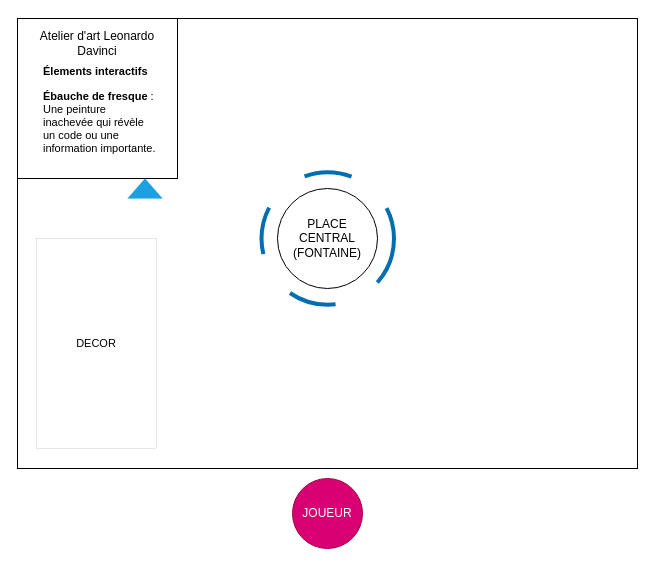
The draw.io diagram renaissance.drawio in Chrono-Escape-Project/VR-Escape-Game, before the edit. Source tidied: cells renumbered, new cells numbered last; positions are measured from the earlier drawing's top-left corner, leaving out a move shared by most shapes. Both pictures are drawn from the tidied source at 100%, with x=0, y=0 at pixel (17, 18).
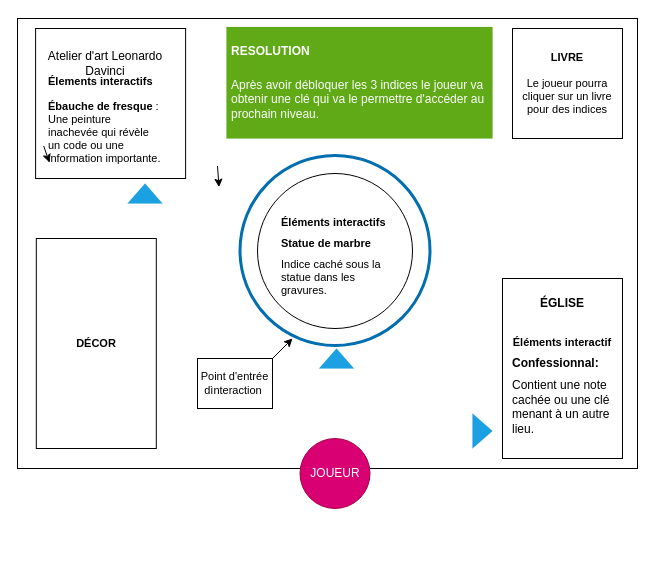
After the change.

Diff of the diagram source:
```diff
@@
     <mxCell id="3" value="JOUEUR" style="ellipse;whiteSpace=wrap;html=1;fillColor=#d80073;fontColor=#ffffff;strokeColor=#A50040;" parent="1" vertex="1">
-      <mxGeometry x="275" y="460" width="70" height="70" as="geometry" />
+      <mxGeometry x="282.5" y="420" width="70" height="70" as="geometry" />
     </mxCell>
-    <mxCell id="4" value="PLACE CENTRAL&lt;br&gt;(FONTAINE)" style="ellipse;whiteSpace=wrap;html=1;" parent="1" vertex="1">
-      <mxGeometry x="260" y="170" width="100" height="100" as="geometry" />
+    <mxCell id="4" style="ellipse;whiteSpace=wrap;html=1;" parent="1" vertex="1">
+      <mxGeometry x="240" y="155" width="155" height="155" as="geometry" />
     </mxCell>
-    <mxCell id="5" style="whiteSpace=wrap;html=1;" parent="1" vertex="1">
-      <mxGeometry width="160" height="160" as="geometry" />
-    </mxCell>
     <mxCell id="6" value="Atelier d'art Leonardo Davinci" style="text;html=1;strokeColor=none;fillColor=none;align=center;verticalAlign=middle;whiteSpace=wrap;rounded=0;" parent="1" vertex="1">
-      <mxGeometry x="10" y="10" width="140" height="30" as="geometry" />
+      <mxGeometry x="18.1" y="30" width="140" height="30" as="geometry" />
     </mxCell>
     <mxCell id="7" value="&lt;h1 style=&quot;font-size: 11px;&quot;&gt;&lt;font style=&quot;font-size: 11px;&quot;&gt;Élements interactifs&lt;/font&gt;&lt;/h1&gt;&lt;p style=&quot;font-size: 11px;&quot;&gt;&lt;font style=&quot;font-size: 11px;&quot;&gt;&lt;strong style=&quot;&quot;&gt;Ébauche de fresque&lt;/strong&gt; : Une peinture inachevée qui révèle un code ou une information importante.&lt;/font&gt;&lt;br&gt;&lt;/p&gt;" style="text;html=1;strokeColor=none;fillColor=none;spacing=5;spacingTop=-20;whiteSpace=wrap;overflow=hidden;rounded=0;strokeWidth=0;" parent="1" vertex="1">
-      <mxGeometry x="21.2" y="50" width="123.8" height="90" as="geometry" />
+      <mxGeometry x="26.2" y="60" width="123.8" height="90" as="geometry" />
     </mxCell>
-    <mxCell id="8" value="DECOR" style="rounded=0;whiteSpace=wrap;html=1;strokeWidth=0;fontSize=11;" parent="1" vertex="1">
+    <mxCell id="8" value="&lt;b&gt;DÉCOR&lt;/b&gt;" style="rounded=0;whiteSpace=wrap;html=1;strokeWidth=1;fontSize=11;" parent="1" vertex="1">
       <mxGeometry x="18.8" y="220" width="120" height="210" as="geometry" />
     </mxCell>
     <mxCell id="9" style="shape=trapezoid;perimeter=trapezoidPerimeter;whiteSpace=wrap;html=1;fixedSize=1;strokeWidth=0;fontSize=11;fillColor=#1ba1e2;fontColor=#ffffff;strokeColor=#006EAF;" parent="1" vertex="1">
-      <mxGeometry x="110" y="160" width="35" height="20" as="geometry" />
+      <mxGeometry x="110" y="165" width="35" height="20" as="geometry" />
     </mxCell>
-    <mxCell id="10" style="ellipse;whiteSpace=wrap;html=1;strokeWidth=4;fontSize=11;fillColor=none;fontColor=#ffffff;strokeColor=#006EAF;dashed=1;dashPattern=12 12;" parent="1" vertex="1">
-      <mxGeometry x="244" y="153.8" width="132.5" height="132.5" as="geometry" />
+    <mxCell id="10" style="ellipse;whiteSpace=wrap;html=1;strokeWidth=3;fontSize=11;fillColor=none;fontColor=#ffffff;strokeColor=#006EAF;" parent="1" vertex="1">
+      <mxGeometry x="222.5" y="137" width="190" height="190" as="geometry" />
     </mxCell>
+    <mxCell id="11" value="&lt;b&gt;LIVRE&lt;br&gt;&amp;nbsp;&lt;/b&gt;&lt;br&gt;Le joueur pourra cliquer sur un livre pour des indices" style="whiteSpace=wrap;html=1;strokeWidth=1;fontSize=11;fillColor=none;strokeColor=default;" parent="1" vertex="1">
+      <mxGeometry x="495" y="10" width="110" height="110" as="geometry" />
+    </mxCell>
+    <mxCell id="12" value="&lt;h1 style=&quot;font-size: 11px;&quot;&gt;&lt;br&gt;&lt;/h1&gt;&lt;h1 style=&quot;font-size: 11px;&quot;&gt;&lt;br&gt;&lt;/h1&gt;&lt;h1 style=&quot;font-size: 11px;&quot;&gt;Éléments interactifs&amp;nbsp;&lt;/h1&gt;&lt;h1 style=&quot;font-size: 11px;&quot;&gt;Statue de marbre&lt;/h1&gt;&lt;h1 style=&quot;font-size: 11px;&quot;&gt;&lt;span style=&quot;font-weight: normal; background-color: initial;&quot;&gt;Indice caché sous la statue dans les gravures.&lt;/span&gt;&lt;br&gt;&lt;/h1&gt;" style="text;html=1;strokeColor=none;fillColor=none;spacing=5;spacingTop=-20;whiteSpace=wrap;overflow=hidden;rounded=0;strokeWidth=1;fontSize=11;" parent="1" vertex="1">
+      <mxGeometry x="259" y="160" width="130" height="120" as="geometry" />
+    </mxCell>
+    <mxCell id="13" value="Point d'entrée dìnteraction&amp;nbsp;" style="text;html=1;strokeColor=default;fillColor=default;align=center;verticalAlign=middle;whiteSpace=wrap;rounded=0;strokeWidth=1;fontSize=11;" parent="1" vertex="1">
+      <mxGeometry x="180" y="340" width="75" height="50" as="geometry" />
+    </mxCell>
+    <mxCell id="14" style="endArrow=classic;html=1;fontSize=11;exitX=1;exitY=0;exitDx=0;exitDy=0;" parent="1" edge="1" source="13">
+      <mxGeometry relative="1" as="geometry">
+        <mxPoint x="275" y="320" as="targetPoint" />
+      </mxGeometry>
+    </mxCell>
+    <mxCell id="15" style="rounded=0;whiteSpace=wrap;html=1;strokeColor=default;strokeWidth=1;fontSize=11;fillColor=default;" parent="1" vertex="1">
+      <mxGeometry x="485" y="260" width="120" height="180" as="geometry" />
+    </mxCell>
+    <mxCell id="16" value="&lt;h1 style=&quot;font-size: 12px;&quot;&gt;&lt;font style=&quot;font-size: 12px;&quot;&gt;&lt;strong style=&quot;&quot;&gt;Confessionnal&lt;/strong&gt;:&amp;nbsp;&lt;/font&gt;&lt;/h1&gt;&lt;h1 style=&quot;font-size: 12px;&quot;&gt;&lt;span style=&quot;font-weight: normal;&quot;&gt;&lt;font style=&quot;font-size: 12px;&quot;&gt;Contient une note cachée ou une clé menant à un autre lieu.&lt;/font&gt;&lt;/span&gt;&lt;br&gt;&lt;/h1&gt;" style="text;html=1;strokeColor=none;fillColor=none;spacing=5;spacingTop=-20;whiteSpace=wrap;overflow=hidden;rounded=0;strokeWidth=1;fontSize=11;" parent="1" vertex="1">
+      <mxGeometry x="490" y="340" width="110" height="80" as="geometry" />
+    </mxCell>
+    <mxCell id="17" value="&lt;b&gt;&lt;font style=&quot;font-size: 11px;&quot;&gt;Éléments interactif&lt;/font&gt;&lt;/b&gt;" style="text;html=1;strokeColor=none;fillColor=none;align=center;verticalAlign=middle;whiteSpace=wrap;rounded=0;strokeWidth=0;fontSize=12;" parent="1" vertex="1">
+      <mxGeometry x="485" y="307" width="120" height="33" as="geometry" />
+    </mxCell>
+    <mxCell id="18" value="&lt;b&gt;ÉGLISE&lt;/b&gt;" style="text;html=1;strokeColor=none;fillColor=none;align=center;verticalAlign=middle;whiteSpace=wrap;rounded=0;strokeWidth=0;fontSize=12;" parent="1" vertex="1">
+      <mxGeometry x="515" y="270" width="60" height="30" as="geometry" />
+    </mxCell>
+    <mxCell id="19" value="&lt;h1 style=&quot;&quot;&gt;&lt;font style=&quot;font-size: 12px;&quot;&gt;RESOLUTION&lt;/font&gt;&lt;/h1&gt;&lt;p style=&quot;&quot;&gt;&lt;font style=&quot;font-size: 12px;&quot;&gt;Après avoir débloquer les 3 indices le joueur va obtenir une clé qui va le permettre d'accéder au prochain niveau.&lt;/font&gt;&lt;/p&gt;" style="text;html=1;strokeColor=#2D7600;fillColor=#60a917;spacing=5;spacingTop=-20;whiteSpace=wrap;overflow=hidden;rounded=0;strokeWidth=0;fontSize=12;fontColor=#ffffff;" parent="1" vertex="1">
+      <mxGeometry x="209" y="8.5" width="266" height="111.5" as="geometry" />
+    </mxCell>
+    <mxCell id="20" style="edgeStyle=none;html=1;exitX=1;exitY=0.5;exitDx=0;exitDy=0;entryX=1.01;entryY=0.637;entryDx=0;entryDy=0;entryPerimeter=0;fontSize=12;" parent="1" edge="1">
+      <mxGeometry relative="1" as="geometry">
+        <mxPoint x="200" y="147.5" as="sourcePoint" />
+        <mxPoint x="201.5" y="168.7" as="targetPoint" />
+      </mxGeometry>
+    </mxCell>
+    <mxCell id="21" style="edgeStyle=none;html=1;exitX=0;exitY=0.75;exitDx=0;exitDy=0;entryX=0.046;entryY=0.933;entryDx=0;entryDy=0;entryPerimeter=0;fontSize=12;" parent="1" edge="1" source="7" target="7">
+      <mxGeometry relative="1" as="geometry" />
+    </mxCell>
+    <mxCell id="22" style="whiteSpace=wrap;html=1;strokeColor=default;strokeWidth=1;fontSize=12;fillColor=none;" parent="1" vertex="1">
+      <mxGeometry x="18.1" y="10" width="150" height="150" as="geometry" />
+    </mxCell>
+    <mxCell id="23" style="shape=trapezoid;perimeter=trapezoidPerimeter;whiteSpace=wrap;html=1;fixedSize=1;strokeWidth=0;fontSize=11;fillColor=#1ba1e2;fontColor=#ffffff;strokeColor=#006EAF;direction=south;" parent="1" vertex="1">
+      <mxGeometry x="455" y="395" width="20" height="35" as="geometry" />
+    </mxCell>
+    <mxCell id="24" style="shape=trapezoid;perimeter=trapezoidPerimeter;whiteSpace=wrap;html=1;fixedSize=1;strokeWidth=0;fontSize=11;fillColor=#1ba1e2;fontColor=#ffffff;strokeColor=#006EAF;direction=east;" parent="1" vertex="1">
+      <mxGeometry x="301.5" y="330" width="35" height="20" as="geometry" />
+    </mxCell>
```
